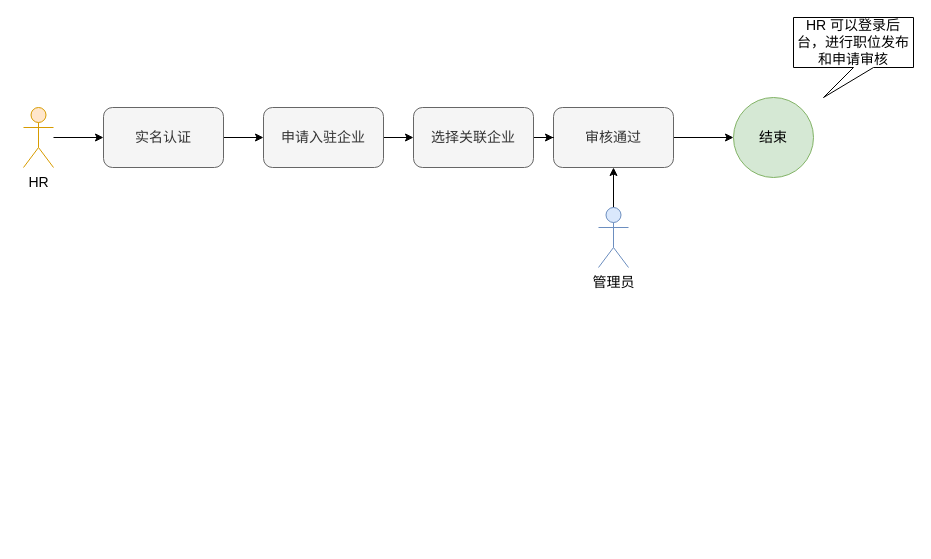
The draw.io diagram 招聘大数据.drawio in redcomet88/DRAW, before the edit. Source tidied: cells renumbered, new cells numbered last; positions are measured from the earlier drawing's top-left corner, leaving out a move shared by most shapes. Both pictures are drawn from the tidied source at 100%, with x=0, y=0 at pixel (23, 17).
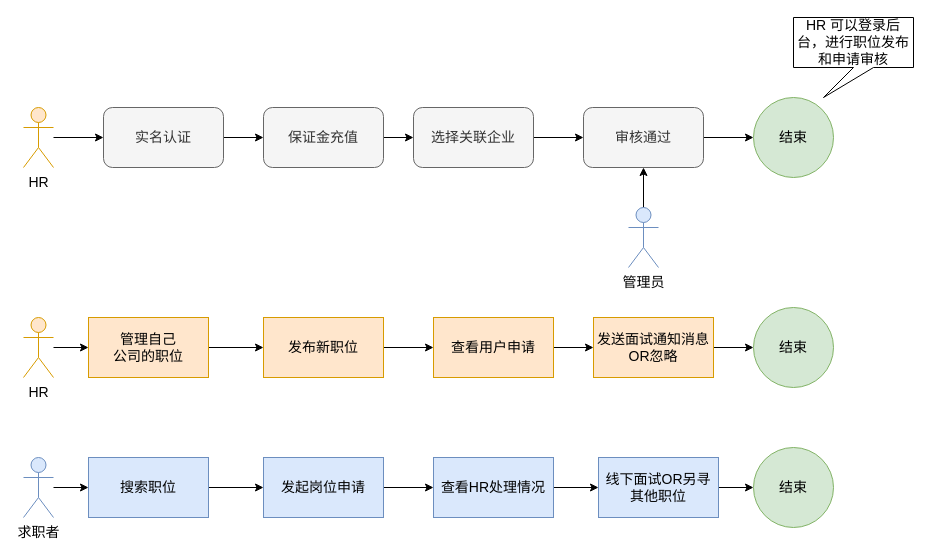
After the change.

Commit message:
Update 招聘大数据.drawio

Change to the diagram source:
```diff
@@
-    <mxCell id="7" value="申请入驻企业" style="rounded=1;whiteSpace=wrap;html=1;fontSize=14;fillColor=#f5f5f5;fontColor=#333333;strokeColor=#666666;" parent="1" vertex="1">
+    <mxCell id="7" value="保证金充值" style="rounded=1;whiteSpace=wrap;html=1;fontSize=14;fillColor=#f5f5f5;fontColor=#333333;strokeColor=#666666;" parent="1" vertex="1">
       <mxGeometry x="240" y="90" width="120" height="60" as="geometry" />
     </mxCell>
@@
     <mxCell id="9" value="审核通过" style="rounded=1;whiteSpace=wrap;html=1;fontSize=14;fillColor=#f5f5f5;fontColor=#333333;strokeColor=#666666;" parent="1" vertex="1">
-      <mxGeometry x="530" y="90" width="120" height="60" as="geometry" />
+      <mxGeometry x="560" y="90" width="120" height="60" as="geometry" />
     </mxCell>
     <mxCell id="10" value="结束" style="ellipse;whiteSpace=wrap;html=1;fillColor=#d5e8d4;strokeColor=#82b366;fontSize=14;" parent="1" vertex="1">
-      <mxGeometry x="710" y="80" width="80" height="80" as="geometry" />
+      <mxGeometry x="730" y="80" width="80" height="80" as="geometry" />
     </mxCell>
@@
     <mxCell id="13" value="管理员" style="shape=umlActor;verticalLabelPosition=bottom;verticalAlign=top;html=1;outlineConnect=0;fillColor=#dae8fc;strokeColor=#6c8ebf;fontSize=14;horizontal=1;" parent="1" vertex="1">
-      <mxGeometry x="575" y="190" width="30" height="60" as="geometry" />
+      <mxGeometry x="605" y="190" width="30" height="60" as="geometry" />
     </mxCell>
@@
+    <mxCell id="16" style="edgeStyle=orthogonalEdgeStyle;rounded=0;jettySize=auto;html=1;" parent="1" edge="1" source="17" target="19">
+      <mxGeometry relative="1" as="geometry" />
+    </mxCell>
+    <mxCell id="17" value="HR" style="shape=umlActor;verticalLabelPosition=bottom;verticalAlign=top;html=1;outlineConnect=0;fontSize=14;fillColor=#ffe6cc;strokeColor=#d79b00;" parent="1" vertex="1">
+      <mxGeometry y="300" width="30" height="60" as="geometry" />
+    </mxCell>
+    <mxCell id="18" style="edgeStyle=orthogonalEdgeStyle;rounded=0;jettySize=auto;html=1;" parent="1" edge="1" source="19" target="21">
+      <mxGeometry relative="1" as="geometry" />
+    </mxCell>
+    <mxCell id="19" value="管理自己&lt;br&gt;公司的职位" style="whiteSpace=wrap;html=1;fontSize=14;verticalAlign=middle;fillColor=#ffe6cc;strokeColor=#d79b00;" parent="1" vertex="1">
+      <mxGeometry x="65" y="300" width="120" height="60" as="geometry" />
+    </mxCell>
+    <mxCell id="20" style="edgeStyle=orthogonalEdgeStyle;rounded=0;jettySize=auto;html=1;" parent="1" edge="1" source="21" target="23">
+      <mxGeometry relative="1" as="geometry" />
+    </mxCell>
+    <mxCell id="21" value="发布新职位" style="whiteSpace=wrap;html=1;fontSize=14;verticalAlign=middle;fillColor=#ffe6cc;strokeColor=#d79b00;" parent="1" vertex="1">
+      <mxGeometry x="240" y="300" width="120" height="60" as="geometry" />
+    </mxCell>
+    <mxCell id="22" style="edgeStyle=orthogonalEdgeStyle;rounded=0;jettySize=auto;html=1;" parent="1" edge="1" source="23" target="25">
+      <mxGeometry relative="1" as="geometry" />
+    </mxCell>
+    <mxCell id="23" value="查看用户申请" style="whiteSpace=wrap;html=1;fontSize=14;verticalAlign=middle;fillColor=#ffe6cc;strokeColor=#d79b00;" parent="1" vertex="1">
+      <mxGeometry x="410" y="300" width="120" height="60" as="geometry" />
+    </mxCell>
+    <mxCell id="24" style="edgeStyle=orthogonalEdgeStyle;rounded=0;jettySize=auto;html=1;" parent="1" edge="1" source="25" target="26">
+      <mxGeometry relative="1" as="geometry" />
+    </mxCell>
+    <mxCell id="25" value="发送面试通知消息OR忽略" style="whiteSpace=wrap;html=1;fontSize=14;verticalAlign=middle;fillColor=#ffe6cc;strokeColor=#d79b00;" parent="1" vertex="1">
+      <mxGeometry x="570" y="300" width="120" height="60" as="geometry" />
+    </mxCell>
+    <mxCell id="26" value="结束" style="ellipse;whiteSpace=wrap;html=1;fillColor=#d5e8d4;strokeColor=#82b366;fontSize=14;" parent="1" vertex="1">
+      <mxGeometry x="730" y="290" width="80" height="80" as="geometry" />
+    </mxCell>
+    <mxCell id="27" style="edgeStyle=orthogonalEdgeStyle;rounded=0;jettySize=auto;html=1;" parent="1" edge="1" source="28" target="30">
+      <mxGeometry relative="1" as="geometry" />
+    </mxCell>
+    <mxCell id="28" value="求职者" style="shape=umlActor;verticalLabelPosition=bottom;verticalAlign=top;html=1;outlineConnect=0;fontSize=14;fillColor=#dae8fc;strokeColor=#6c8ebf;" parent="1" vertex="1">
+      <mxGeometry y="440" width="30" height="60" as="geometry" />
+    </mxCell>
+    <mxCell id="29" style="edgeStyle=orthogonalEdgeStyle;rounded=0;jettySize=auto;html=1;" parent="1" edge="1" source="30" target="32">
+      <mxGeometry relative="1" as="geometry" />
+    </mxCell>
+    <mxCell id="30" value="搜索职位" style="whiteSpace=wrap;html=1;fontSize=14;verticalAlign=middle;fillColor=#dae8fc;strokeColor=#6c8ebf;" parent="1" vertex="1">
+      <mxGeometry x="65" y="440" width="120" height="60" as="geometry" />
+    </mxCell>
+    <mxCell id="31" style="edgeStyle=orthogonalEdgeStyle;rounded=0;jettySize=auto;html=1;" parent="1" edge="1" source="32" target="34">
+      <mxGeometry relative="1" as="geometry" />
+    </mxCell>
+    <mxCell id="32" value="发起岗位申请" style="whiteSpace=wrap;html=1;fontSize=14;verticalAlign=middle;fillColor=#dae8fc;strokeColor=#6c8ebf;" parent="1" vertex="1">
+      <mxGeometry x="240" y="440" width="120" height="60" as="geometry" />
+    </mxCell>
+    <mxCell id="33" style="edgeStyle=orthogonalEdgeStyle;rounded=0;jettySize=auto;html=1;" parent="1" edge="1" source="34" target="36">
+      <mxGeometry relative="1" as="geometry" />
+    </mxCell>
+    <mxCell id="34" value="查看HR处理情况" style="whiteSpace=wrap;html=1;fontSize=14;verticalAlign=middle;fillColor=#dae8fc;strokeColor=#6c8ebf;" parent="1" vertex="1">
+      <mxGeometry x="410" y="440" width="120" height="60" as="geometry" />
+    </mxCell>
+    <mxCell id="35" style="edgeStyle=orthogonalEdgeStyle;rounded=0;jettySize=auto;html=1;" parent="1" edge="1" source="36" target="37">
+      <mxGeometry relative="1" as="geometry" />
+    </mxCell>
+    <mxCell id="36" value="线下面试OR另寻其他职位" style="whiteSpace=wrap;html=1;fontSize=14;verticalAlign=middle;fillColor=#dae8fc;strokeColor=#6c8ebf;" parent="1" vertex="1">
+      <mxGeometry x="575" y="440" width="120" height="60" as="geometry" />
+    </mxCell>
+    <mxCell id="37" value="结束" style="ellipse;whiteSpace=wrap;html=1;fillColor=#d5e8d4;strokeColor=#82b366;fontSize=14;" parent="1" vertex="1">
+      <mxGeometry x="730" y="430" width="80" height="80" as="geometry" />
+    </mxCell>
```
